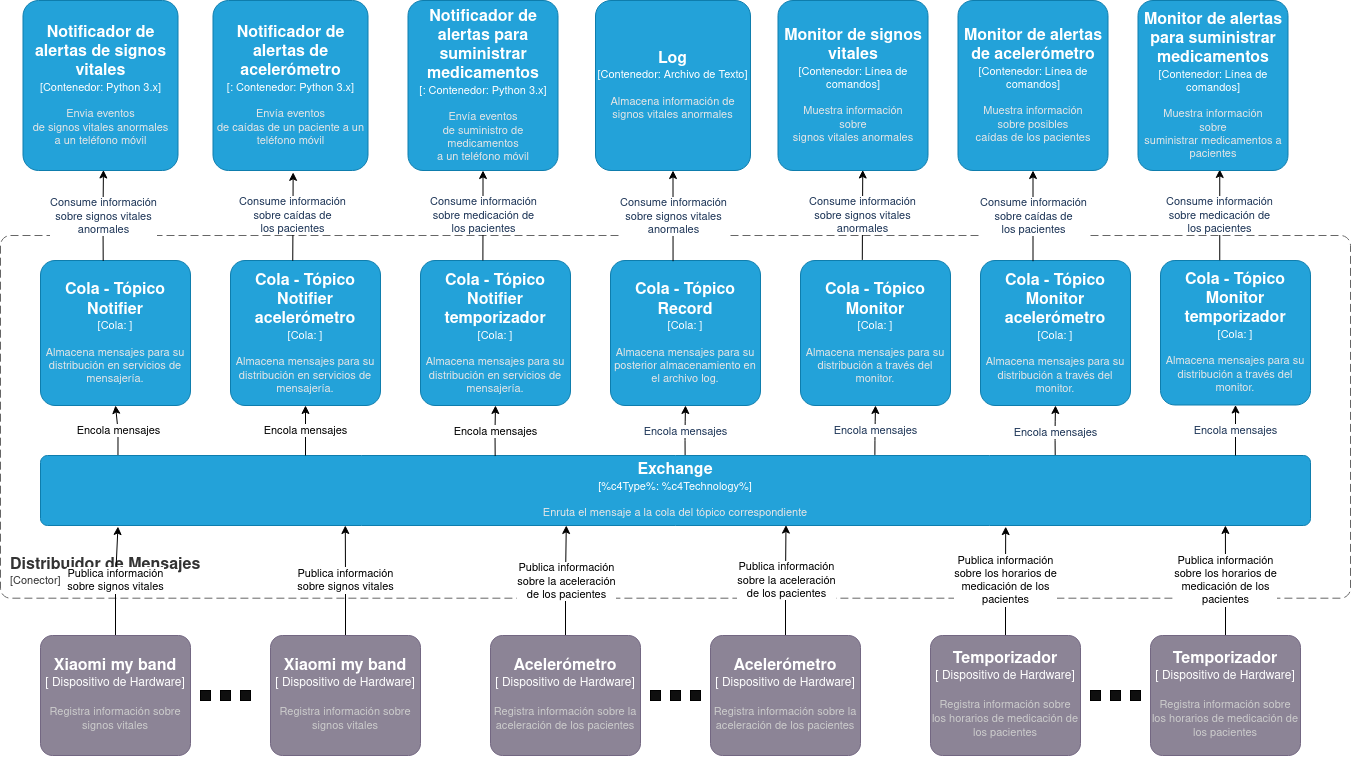
Above: docs/container-view.png in Blackguz/Arquitecturas-Publica-Suscribe (draw.io), before the change. Source tidied: cells renumbered, new cells last; positions are measured from the earlier drawing's top-left corner, leaving out a move shared by most shapes.
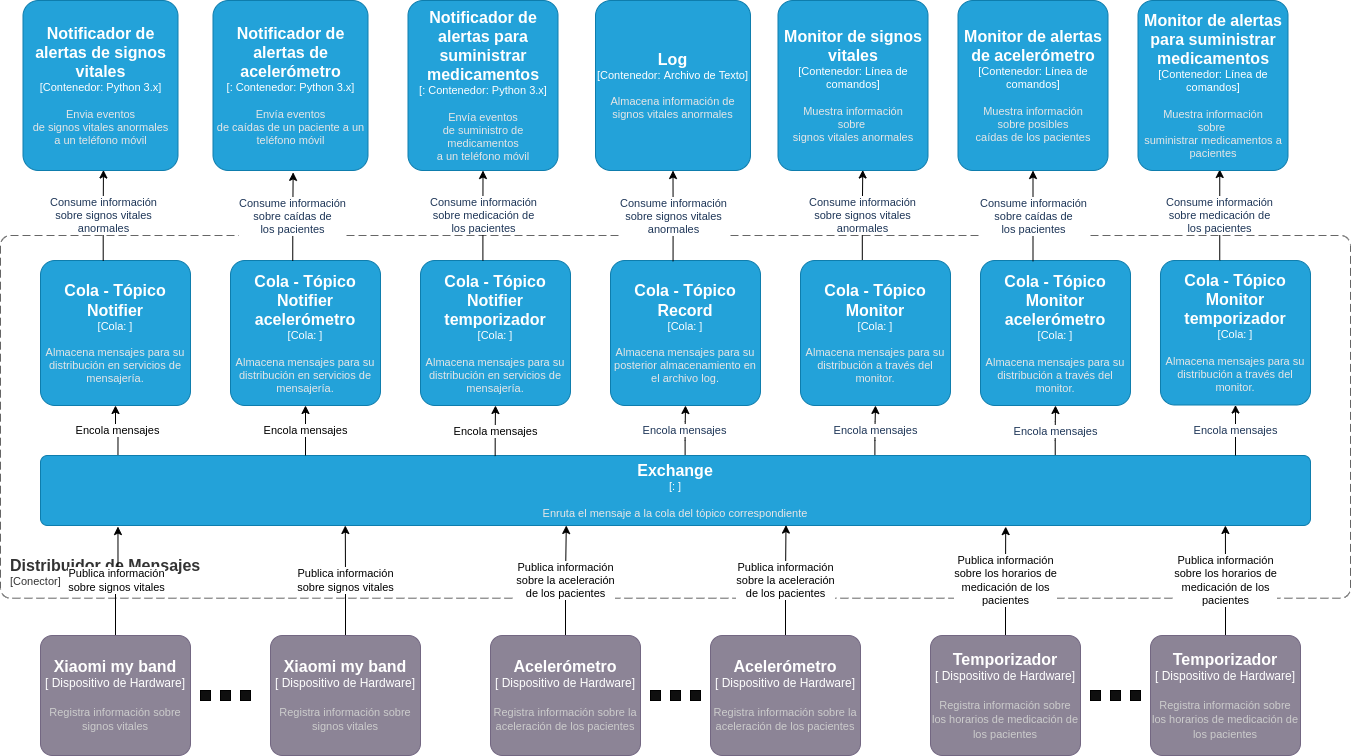
Later version of the same file.

Commit message:
Corrigiendo error en diagrama container-view

The edit, as a diff of the source:
```diff
@@ -26,7 +26,7 @@
     <mxCell id="7" value="Encola mensajes" style="edgeStyle=orthogonalEdgeStyle;curved=0;rounded=1;sketch=0;jettySize=auto;html=1;exitX=0.799;exitY=0.023;exitDx=0;exitDy=0;exitPerimeter=0;entryX=0.5;entryY=1;entryDx=0;entryDy=0;entryPerimeter=0;fontColor=#1D3557;strokeColor=#000000;fillColor=#A8DADC;" parent="1" edge="1" source="8" target="30">
       <mxGeometry relative="1" as="geometry" />
     </mxCell>
-    <object id="8" label="&lt;font style=&quot;font-size: 16px&quot;&gt;&lt;b&gt;%c4Name%&lt;/b&gt;&lt;/font&gt;&lt;div&gt;[%c4Type%: %c4Technology%]&lt;/div&gt;&lt;br&gt;&lt;div&gt;&lt;font style=&quot;font-size: 11px&quot;&gt;&lt;font color=&quot;#E6E6E6&quot;&gt;%c4Description%&lt;/font&gt;&lt;/div&gt;" c4Description="Enruta el mensaje a la cola del tópico correspondiente" c4Name="Exchange" placeholders="1">
+    <object id="8" label="&lt;font style=&quot;font-size: 16px&quot;&gt;&lt;b&gt;%c4Name%&lt;/b&gt;&lt;/font&gt;&lt;div&gt;[%c4Type%: %c4Technology%]&lt;/div&gt;&lt;br&gt;&lt;div&gt;&lt;font style=&quot;font-size: 11px&quot;&gt;&lt;font color=&quot;#E6E6E6&quot;&gt;%c4Description%&lt;/font&gt;&lt;/div&gt;" c4Description="Enruta el mensaje a la cola del tópico correspondiente" c4Name="Exchange" c4Technology="" c4Type="" placeholders="1">
       <mxCell style="rounded=1;whiteSpace=wrap;html=1;fontSize=11;labelBackgroundColor=none;fillColor=#23A2D9;fontColor=#ffffff;align=center;arcSize=10;strokeColor=#0E7DAD;points=[[0.25,0,0],[0.5,0,0],[0.75,0,0],[1,0.25,0],[1,0.5,0],[1,0.75,0],[0.75,1,0],[0.5,1,0],[0.25,1,0],[0,0.75,0],[0,0.5,0],[0,0.25,0]];noLabel=0;" parent="1" vertex="1">
         <mxGeometry x="40" y="455" width="1270" height="70" as="geometry" />
       </mxCell>
```
